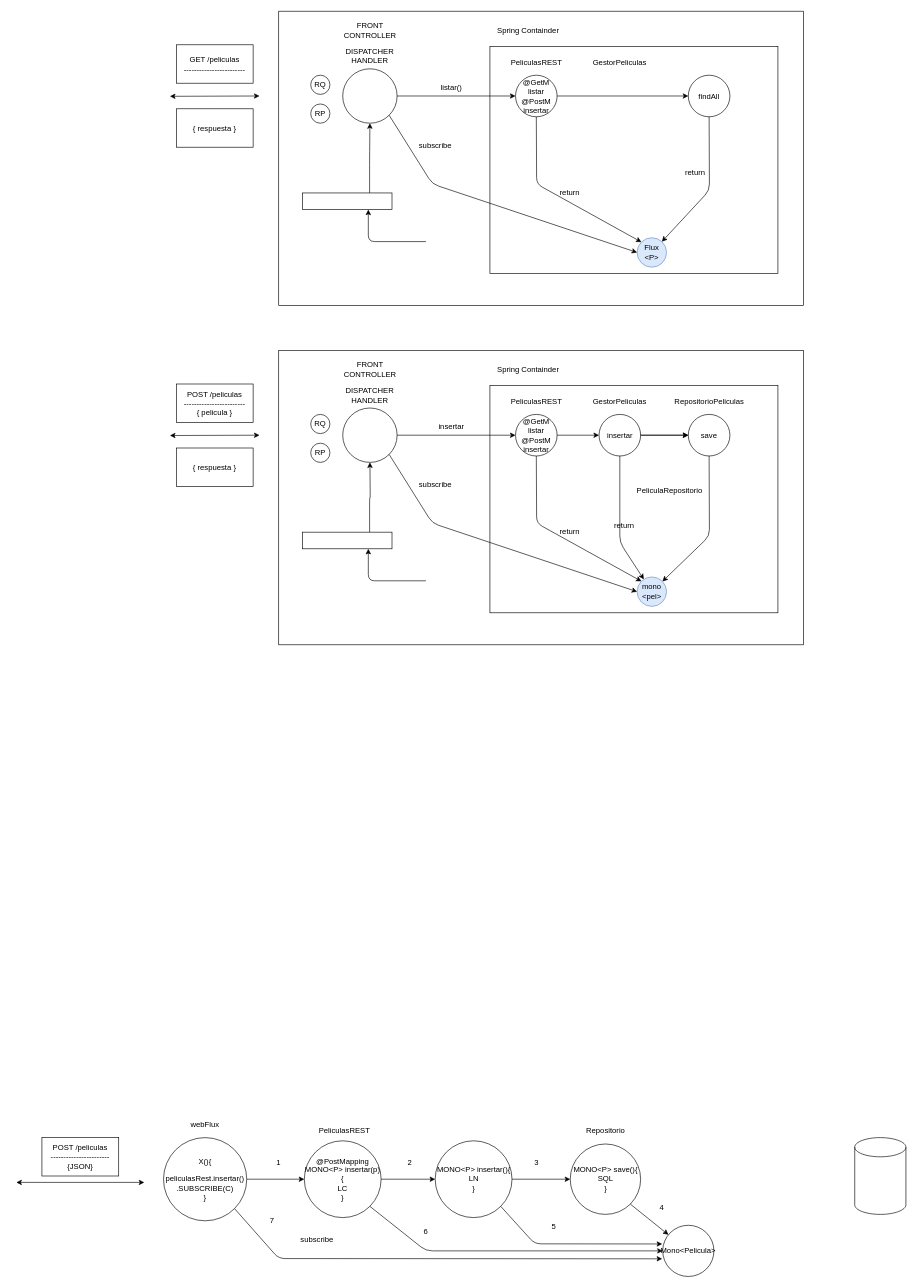
Above: page "Página-15" (16 of 20) of panel_microservicios_webflux_05_2022.drawio in lrag/WebFlux (draw.io), before the change. Source tidied: cells renumbered, new cells numbered last; positions are measured from the earlier drawing's top-left corner, leaving out a move shared by most shapes. Both pictures are drawn from the tidied source at 64%, with x=0, y=0 at pixel (16, 11).
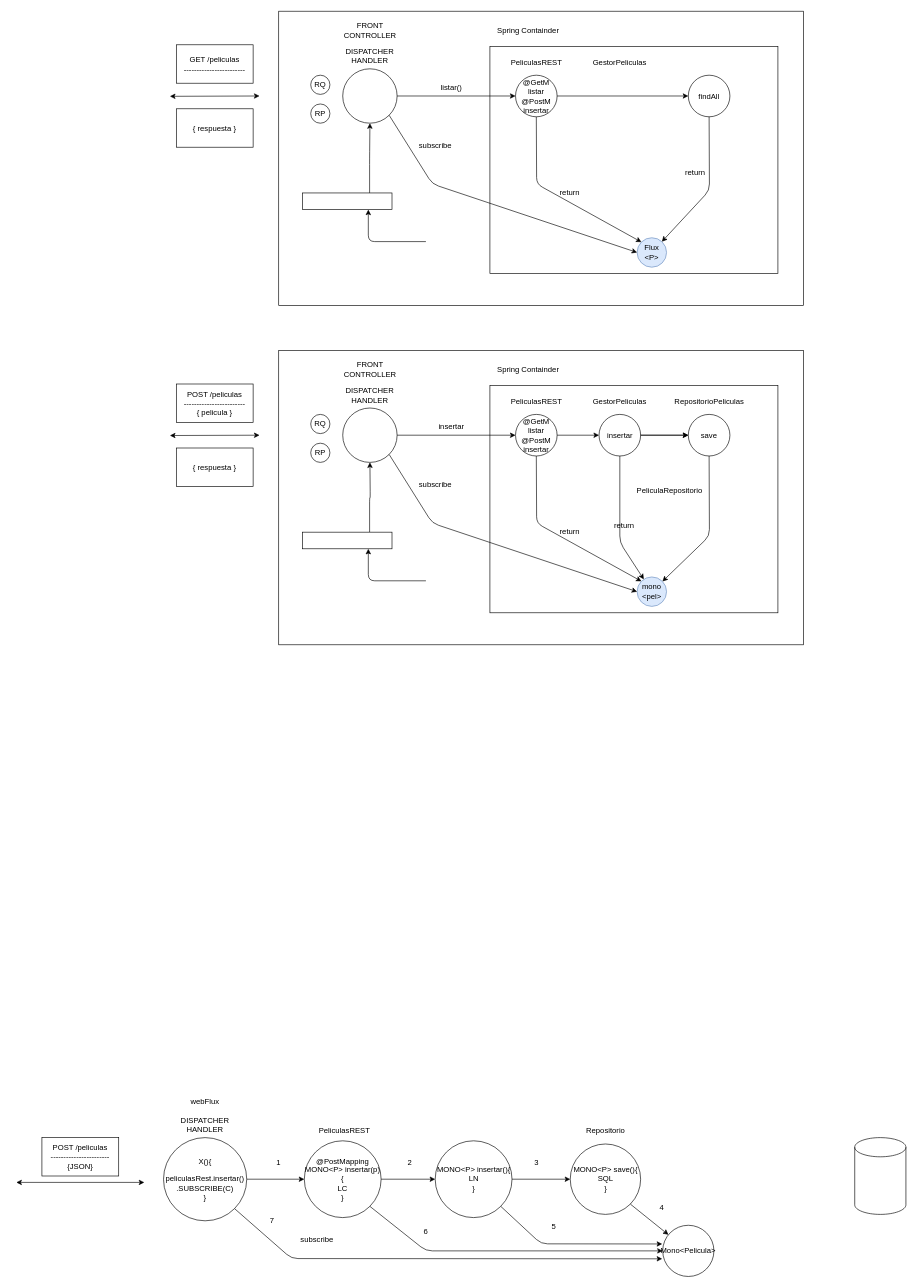
The same page after the edit.

Unchanged cells that the change refers to:
```xml
<mxCell id="29" value="MONO&amp;lt;P&amp;gt; insertar(){&lt;br&gt;LN&lt;br&gt;}" style="ellipse;whiteSpace=wrap;html=1;" parent="1" vertex="1">
  <mxGeometry x="654.5" y="1765" width="120" height="120" as="geometry" />
</mxCell>
<mxCell id="33" value="X(){&lt;br&gt;&lt;br&gt;peliculasRest.insertar()&lt;br&gt;.SUBSCRIBE(C)&lt;br&gt;}" style="ellipse;whiteSpace=wrap;html=1;" parent="1" vertex="1">
  <mxGeometry x="230" y="1760" width="130" height="130" as="geometry" />
</mxCell>
<mxCell id="36" value="Mono&amp;lt;Pelicula&amp;gt;" style="ellipse;whiteSpace=wrap;html=1;" parent="1" vertex="1">
  <mxGeometry x="1010" y="1897" width="80" height="80" as="geometry" />
</mxCell>
```

Diff of the diagram source:
```diff
@@
-    <mxCell id="34" value="webFlux" style="text;html=1;strokeColor=none;fillColor=none;align=center;verticalAlign=middle;whiteSpace=wrap;rounded=0;" parent="1" vertex="1">
-      <mxGeometry x="275" y="1730" width="40" height="20" as="geometry" />
+    <mxCell id="34" value="webFlux&lt;br&gt;&lt;br&gt;DISPATCHER HANDLER" style="text;html=1;strokeColor=none;fillColor=none;align=center;verticalAlign=middle;whiteSpace=wrap;rounded=0;" parent="1" vertex="1">
+      <mxGeometry x="275" y="1715" width="40" height="20" as="geometry" />
     </mxCell>
@@
     <mxCell id="39" style="endArrow=classic;html=1;exitX=1;exitY=1;exitDx=0;exitDy=0;entryX=-0.01;entryY=0.365;entryDx=0;entryDy=0;entryPerimeter=0;" parent="1" edge="1" source="29" target="36">
       <mxGeometry relative="1" as="geometry">
         <Array as="points">
-          <mxPoint x="810" y="1926" />
+          <mxPoint x="820" y="1926" />
         </Array>
       </mxGeometry>
     </mxCell>
@@
     <mxCell id="41" style="endArrow=classic;html=1;exitX=1;exitY=1;exitDx=0;exitDy=0;entryX=-0.01;entryY=0.655;entryDx=0;entryDy=0;entryPerimeter=0;" parent="1" edge="1" source="33" target="36">
       <mxGeometry relative="1" as="geometry">
         <Array as="points">
-          <mxPoint x="410" y="1949" />
+          <mxPoint x="430" y="1949" />
         </Array>
       </mxGeometry>
     </mxCell>
```
